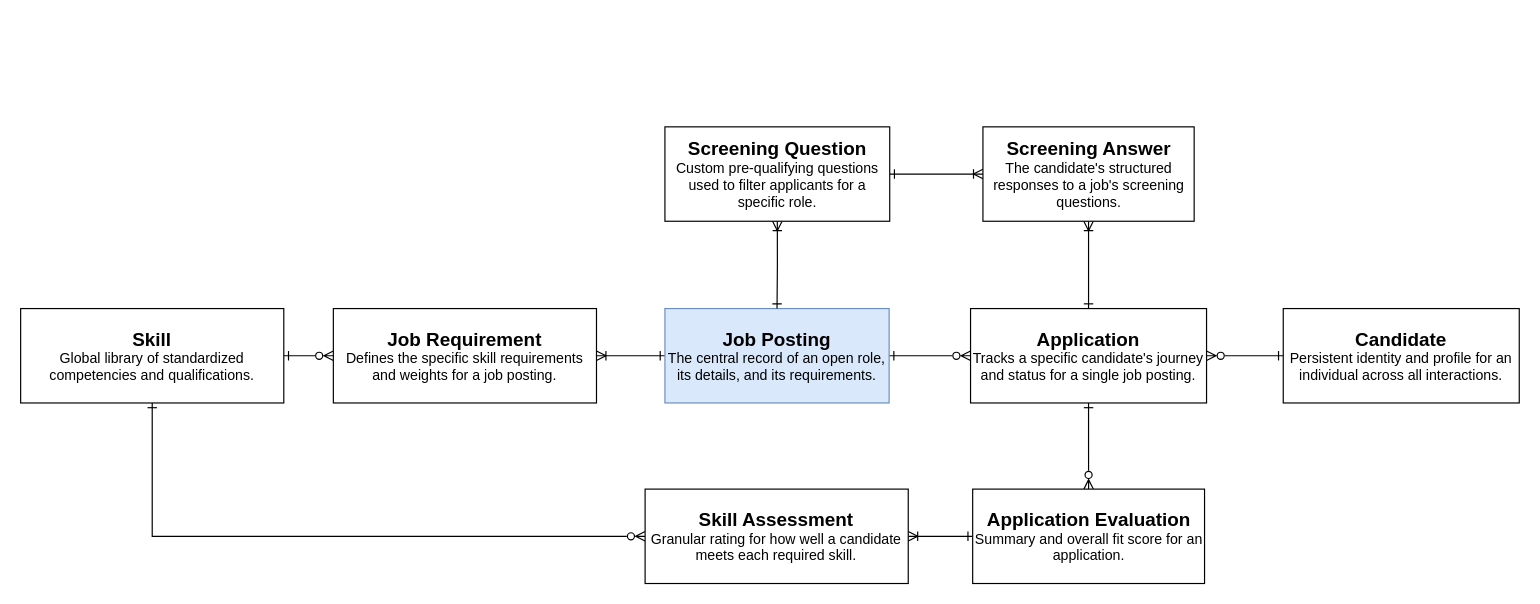
The draw.io diagram demos/administration/QualifAI/erd.drawio in microsoft/SLG-Business-Applications, before the edit. Source tidied: cells renumbered, new cells numbered last; positions are measured from the earlier drawing's top-left corner, leaving out a move shared by most shapes. Both pictures are drawn from the tidied source at 118%, with x=0, y=0 at pixel (20, 126).
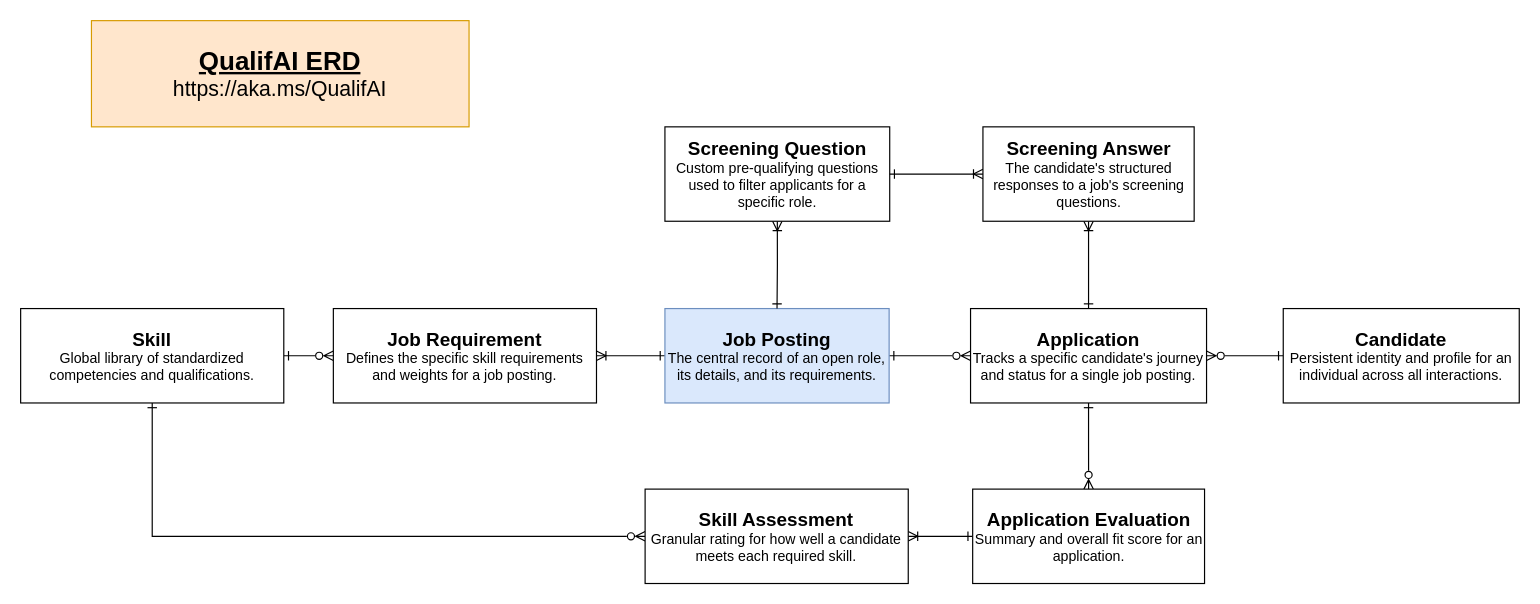
Above is the later version.

Commit message:
Added title to ERD

What changed in the source:
```diff
@@
+    <mxCell id="21" value="&lt;font style=&quot;font-size: 22px;&quot;&gt;&lt;b style=&quot;&quot;&gt;&lt;u style=&quot;&quot;&gt;QualifAI ERD&lt;/u&gt;&lt;/b&gt;&lt;/font&gt;&lt;div&gt;&lt;font&gt;https://aka.ms/QualifAI&lt;/font&gt;&lt;/div&gt;" style="text;html=1;whiteSpace=wrap;strokeColor=#d79b00;fillColor=#ffe6cc;align=center;verticalAlign=middle;rounded=0;fontSize=18;" parent="1" vertex="1">
+      <mxGeometry x="60" y="-90" width="320" height="90" as="geometry" />
+    </mxCell>
```
